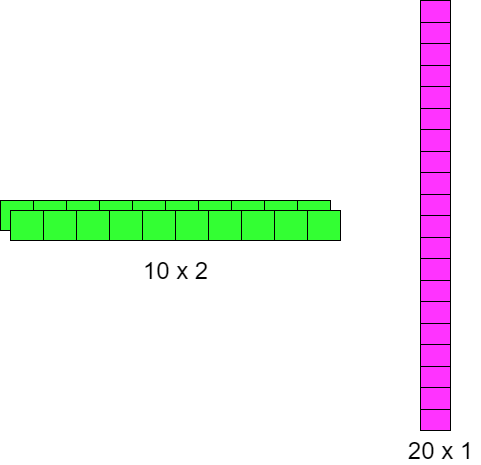
krupaanand312jc/EMG_Hand_Movements_NN keeps this draw.io diagram as FC_explain.png. Above is the earlier version. Source tidied: cells renumbered, new cells last; positions are measured from the earlier drawing's top-left corner, leaving out a move shared by most shapes. Its diagram source:
```xml
<mxGraphModel>
  <root>
    <mxCell id="0" />
    <mxCell id="1" parent="0" />
    <mxCell id="2" style="shape=table;startSize=0;fillColor=#33FF33;" parent="1" vertex="1">
      <mxGeometry y="200" width="330" height="30" as="geometry" />
    </mxCell>
    <mxCell id="3" style="shape=partialRectangle;fillColor=none;top=0;left=0;bottom=0;right=0;" parent="2" vertex="1">
      <mxGeometry width="330" height="30" as="geometry" />
    </mxCell>
    <mxCell id="4" style="shape=partialRectangle;html=1;whiteSpace=wrap;overflow=hidden;fillColor=none;top=0;left=0;bottom=0;right=0;" parent="3" vertex="1">
      <mxGeometry width="33" height="30" as="geometry" />
    </mxCell>
    <mxCell id="5" style="shape=partialRectangle;html=1;whiteSpace=wrap;overflow=hidden;fillColor=none;top=0;left=0;bottom=0;right=0;" parent="3" vertex="1">
      <mxGeometry x="33" width="33" height="30" as="geometry" />
    </mxCell>
    <mxCell id="6" style="shape=partialRectangle;html=1;whiteSpace=wrap;overflow=hidden;fillColor=none;top=0;left=0;bottom=0;right=0;" parent="3" vertex="1">
      <mxGeometry x="66" width="33" height="30" as="geometry" />
    </mxCell>
    <mxCell id="7" style="shape=partialRectangle;html=1;whiteSpace=wrap;overflow=hidden;fillColor=none;top=0;left=0;bottom=0;right=0;" parent="3" vertex="1">
      <mxGeometry x="99" width="33" height="30" as="geometry" />
    </mxCell>
    <mxCell id="8" style="shape=partialRectangle;html=1;whiteSpace=wrap;overflow=hidden;fillColor=none;top=0;left=0;bottom=0;right=0;" parent="3" vertex="1">
      <mxGeometry x="132" width="33" height="30" as="geometry" />
    </mxCell>
    <mxCell id="9" style="shape=partialRectangle;html=1;whiteSpace=wrap;overflow=hidden;fillColor=none;top=0;left=0;bottom=0;right=0;" parent="3" vertex="1">
      <mxGeometry x="165" width="33" height="30" as="geometry" />
    </mxCell>
    <mxCell id="10" style="shape=partialRectangle;html=1;whiteSpace=wrap;overflow=hidden;fillColor=none;top=0;left=0;bottom=0;right=0;" parent="3" vertex="1">
      <mxGeometry x="198" width="33" height="30" as="geometry" />
    </mxCell>
    <mxCell id="11" style="shape=partialRectangle;html=1;whiteSpace=wrap;overflow=hidden;fillColor=none;top=0;left=0;bottom=0;right=0;" parent="3" vertex="1">
      <mxGeometry x="231" width="33" height="30" as="geometry" />
    </mxCell>
    <mxCell id="12" style="shape=partialRectangle;html=1;whiteSpace=wrap;overflow=hidden;fillColor=none;top=0;left=0;bottom=0;right=0;" parent="3" vertex="1">
      <mxGeometry x="264" width="33" height="30" as="geometry" />
    </mxCell>
    <mxCell id="13" style="shape=partialRectangle;html=1;whiteSpace=wrap;overflow=hidden;fillColor=none;top=0;left=0;bottom=0;right=0;" parent="3" vertex="1">
      <mxGeometry x="297" width="33" height="30" as="geometry" />
    </mxCell>
    <mxCell id="14" style="shape=table;startSize=0;fillColor=#FF33FF;" parent="1" vertex="1">
      <mxGeometry x="420" width="30" height="430" as="geometry" />
    </mxCell>
    <mxCell id="15" style="shape=partialRectangle;fillColor=none;top=0;left=0;bottom=0;right=0;" parent="14" vertex="1">
      <mxGeometry width="30" height="22" as="geometry" />
    </mxCell>
    <mxCell id="16" style="shape=partialRectangle;html=1;whiteSpace=wrap;overflow=hidden;fillColor=none;top=0;left=0;bottom=0;right=0;" parent="15" vertex="1">
      <mxGeometry width="30" height="22" as="geometry" />
    </mxCell>
    <mxCell id="17" style="shape=partialRectangle;fillColor=none;top=0;left=0;bottom=0;right=0;" parent="14" vertex="1">
      <mxGeometry y="22" width="30" height="21" as="geometry" />
    </mxCell>
    <mxCell id="18" style="shape=partialRectangle;html=1;whiteSpace=wrap;overflow=hidden;fillColor=none;top=0;left=0;bottom=0;right=0;" parent="17" vertex="1">
      <mxGeometry width="30" height="21" as="geometry" />
    </mxCell>
    <mxCell id="19" style="shape=partialRectangle;fillColor=none;top=0;left=0;bottom=0;right=0;" parent="14" vertex="1">
      <mxGeometry y="43" width="30" height="22" as="geometry" />
    </mxCell>
    <mxCell id="20" style="shape=partialRectangle;html=1;whiteSpace=wrap;overflow=hidden;fillColor=none;top=0;left=0;bottom=0;right=0;" parent="19" vertex="1">
      <mxGeometry width="30" height="22" as="geometry" />
    </mxCell>
    <mxCell id="21" style="shape=partialRectangle;fillColor=none;top=0;left=0;bottom=0;right=0;" parent="14" vertex="1">
      <mxGeometry y="65" width="30" height="21" as="geometry" />
    </mxCell>
    <mxCell id="22" style="shape=partialRectangle;html=1;whiteSpace=wrap;overflow=hidden;fillColor=none;top=0;left=0;bottom=0;right=0;" parent="21" vertex="1">
      <mxGeometry width="30" height="21" as="geometry" />
    </mxCell>
    <mxCell id="23" style="shape=partialRectangle;fillColor=none;top=0;left=0;bottom=0;right=0;" parent="14" vertex="1">
      <mxGeometry y="86" width="30" height="22" as="geometry" />
    </mxCell>
    <mxCell id="24" style="shape=partialRectangle;html=1;whiteSpace=wrap;overflow=hidden;fillColor=none;top=0;left=0;bottom=0;right=0;" parent="23" vertex="1">
      <mxGeometry width="30" height="22" as="geometry" />
    </mxCell>
    <mxCell id="25" style="shape=partialRectangle;fillColor=none;top=0;left=0;bottom=0;right=0;" parent="14" vertex="1">
      <mxGeometry y="108" width="30" height="21" as="geometry" />
    </mxCell>
    <mxCell id="26" style="shape=partialRectangle;html=1;whiteSpace=wrap;overflow=hidden;fillColor=none;top=0;left=0;bottom=0;right=0;" parent="25" vertex="1">
      <mxGeometry width="30" height="21" as="geometry" />
    </mxCell>
    <mxCell id="27" style="shape=partialRectangle;fillColor=none;top=0;left=0;bottom=0;right=0;" parent="14" vertex="1">
      <mxGeometry y="129" width="30" height="22" as="geometry" />
    </mxCell>
    <mxCell id="28" style="shape=partialRectangle;html=1;whiteSpace=wrap;overflow=hidden;fillColor=none;top=0;left=0;bottom=0;right=0;" parent="27" vertex="1">
      <mxGeometry width="30" height="22" as="geometry" />
    </mxCell>
    <mxCell id="29" style="shape=partialRectangle;fillColor=none;top=0;left=0;bottom=0;right=0;" parent="14" vertex="1">
      <mxGeometry y="151" width="30" height="21" as="geometry" />
    </mxCell>
    <mxCell id="30" style="shape=partialRectangle;html=1;whiteSpace=wrap;overflow=hidden;fillColor=none;top=0;left=0;bottom=0;right=0;" parent="29" vertex="1">
      <mxGeometry width="30" height="21" as="geometry" />
    </mxCell>
    <mxCell id="31" style="shape=partialRectangle;fillColor=none;top=0;left=0;bottom=0;right=0;" parent="14" vertex="1">
      <mxGeometry y="172" width="30" height="22" as="geometry" />
    </mxCell>
    <mxCell id="32" style="shape=partialRectangle;html=1;whiteSpace=wrap;overflow=hidden;fillColor=none;top=0;left=0;bottom=0;right=0;" parent="31" vertex="1">
      <mxGeometry width="30" height="22" as="geometry" />
    </mxCell>
    <mxCell id="33" style="shape=partialRectangle;fillColor=none;top=0;left=0;bottom=0;right=0;" parent="14" vertex="1">
      <mxGeometry y="194" width="30" height="21" as="geometry" />
    </mxCell>
    <mxCell id="34" style="shape=partialRectangle;html=1;whiteSpace=wrap;overflow=hidden;fillColor=none;top=0;left=0;bottom=0;right=0;" parent="33" vertex="1">
      <mxGeometry width="30" height="21" as="geometry" />
    </mxCell>
    <mxCell id="35" style="shape=partialRectangle;fillColor=none;top=0;left=0;bottom=0;right=0;" parent="14" vertex="1">
      <mxGeometry y="215" width="30" height="22" as="geometry" />
    </mxCell>
    <mxCell id="36" style="shape=partialRectangle;html=1;whiteSpace=wrap;overflow=hidden;fillColor=none;top=0;left=0;bottom=0;right=0;" parent="35" vertex="1">
      <mxGeometry width="30" height="22" as="geometry" />
    </mxCell>
    <mxCell id="37" style="shape=partialRectangle;fillColor=none;top=0;left=0;bottom=0;right=0;" parent="14" vertex="1">
      <mxGeometry y="237" width="30" height="21" as="geometry" />
    </mxCell>
    <mxCell id="38" style="shape=partialRectangle;html=1;whiteSpace=wrap;overflow=hidden;fillColor=none;top=0;left=0;bottom=0;right=0;" parent="37" vertex="1">
      <mxGeometry width="30" height="21" as="geometry" />
    </mxCell>
    <mxCell id="39" style="shape=partialRectangle;fillColor=none;top=0;left=0;bottom=0;right=0;" parent="14" vertex="1">
      <mxGeometry y="258" width="30" height="22" as="geometry" />
    </mxCell>
    <mxCell id="40" style="shape=partialRectangle;html=1;whiteSpace=wrap;overflow=hidden;fillColor=none;top=0;left=0;bottom=0;right=0;" parent="39" vertex="1">
      <mxGeometry width="30" height="22" as="geometry" />
    </mxCell>
    <mxCell id="41" style="shape=partialRectangle;fillColor=none;top=0;left=0;bottom=0;right=0;" parent="14" vertex="1">
      <mxGeometry y="280" width="30" height="21" as="geometry" />
    </mxCell>
    <mxCell id="42" style="shape=partialRectangle;html=1;whiteSpace=wrap;overflow=hidden;fillColor=none;top=0;left=0;bottom=0;right=0;" parent="41" vertex="1">
      <mxGeometry width="30" height="21" as="geometry" />
    </mxCell>
    <mxCell id="43" style="shape=partialRectangle;fillColor=none;top=0;left=0;bottom=0;right=0;" parent="14" vertex="1">
      <mxGeometry y="301" width="30" height="22" as="geometry" />
    </mxCell>
    <mxCell id="44" style="shape=partialRectangle;html=1;whiteSpace=wrap;overflow=hidden;fillColor=none;top=0;left=0;bottom=0;right=0;" parent="43" vertex="1">
      <mxGeometry width="30" height="22" as="geometry" />
    </mxCell>
    <mxCell id="45" style="shape=partialRectangle;fillColor=none;top=0;left=0;bottom=0;right=0;" parent="14" vertex="1">
      <mxGeometry y="323" width="30" height="21" as="geometry" />
    </mxCell>
    <mxCell id="46" style="shape=partialRectangle;html=1;whiteSpace=wrap;overflow=hidden;fillColor=none;top=0;left=0;bottom=0;right=0;" parent="45" vertex="1">
      <mxGeometry width="30" height="21" as="geometry" />
    </mxCell>
    <mxCell id="47" style="shape=partialRectangle;fillColor=none;top=0;left=0;bottom=0;right=0;" parent="14" vertex="1">
      <mxGeometry y="344" width="30" height="22" as="geometry" />
    </mxCell>
    <mxCell id="48" style="shape=partialRectangle;html=1;whiteSpace=wrap;overflow=hidden;fillColor=none;top=0;left=0;bottom=0;right=0;" parent="47" vertex="1">
      <mxGeometry width="30" height="22" as="geometry" />
    </mxCell>
    <mxCell id="49" style="shape=partialRectangle;fillColor=none;top=0;left=0;bottom=0;right=0;" parent="14" vertex="1">
      <mxGeometry y="366" width="30" height="21" as="geometry" />
    </mxCell>
    <mxCell id="50" style="shape=partialRectangle;html=1;whiteSpace=wrap;overflow=hidden;fillColor=none;top=0;left=0;bottom=0;right=0;" parent="49" vertex="1">
      <mxGeometry width="30" height="21" as="geometry" />
    </mxCell>
    <mxCell id="51" style="shape=partialRectangle;fillColor=none;top=0;left=0;bottom=0;right=0;" parent="14" vertex="1">
      <mxGeometry y="387" width="30" height="22" as="geometry" />
    </mxCell>
    <mxCell id="52" style="shape=partialRectangle;html=1;whiteSpace=wrap;overflow=hidden;fillColor=none;top=0;left=0;bottom=0;right=0;" parent="51" vertex="1">
      <mxGeometry width="30" height="22" as="geometry" />
    </mxCell>
    <mxCell id="53" style="shape=partialRectangle;fillColor=none;top=0;left=0;bottom=0;right=0;" parent="14" vertex="1">
      <mxGeometry y="409" width="30" height="21" as="geometry" />
    </mxCell>
    <mxCell id="54" style="shape=partialRectangle;html=1;whiteSpace=wrap;overflow=hidden;fillColor=none;top=0;left=0;bottom=0;right=0;" parent="53" vertex="1">
      <mxGeometry width="30" height="21" as="geometry" />
    </mxCell>
    <mxCell id="55" style="shape=table;startSize=0;fillColor=#33FF33;" parent="1" vertex="1">
      <mxGeometry x="10" y="210" width="330" height="30" as="geometry" />
    </mxCell>
    <mxCell id="56" style="shape=partialRectangle;fillColor=none;top=0;left=0;bottom=0;right=0;" parent="55" vertex="1">
      <mxGeometry width="330" height="30" as="geometry" />
    </mxCell>
    <mxCell id="57" style="shape=partialRectangle;html=1;whiteSpace=wrap;overflow=hidden;fillColor=none;top=0;left=0;bottom=0;right=0;" parent="56" vertex="1">
      <mxGeometry width="33" height="30" as="geometry" />
    </mxCell>
    <mxCell id="58" style="shape=partialRectangle;html=1;whiteSpace=wrap;overflow=hidden;fillColor=none;top=0;left=0;bottom=0;right=0;" parent="56" vertex="1">
      <mxGeometry x="33" width="33" height="30" as="geometry" />
    </mxCell>
    <mxCell id="59" style="shape=partialRectangle;html=1;whiteSpace=wrap;overflow=hidden;fillColor=none;top=0;left=0;bottom=0;right=0;" parent="56" vertex="1">
      <mxGeometry x="66" width="33" height="30" as="geometry" />
    </mxCell>
    <mxCell id="60" style="shape=partialRectangle;html=1;whiteSpace=wrap;overflow=hidden;fillColor=none;top=0;left=0;bottom=0;right=0;" parent="56" vertex="1">
      <mxGeometry x="99" width="33" height="30" as="geometry" />
    </mxCell>
    <mxCell id="61" style="shape=partialRectangle;html=1;whiteSpace=wrap;overflow=hidden;fillColor=none;top=0;left=0;bottom=0;right=0;" parent="56" vertex="1">
      <mxGeometry x="132" width="33" height="30" as="geometry" />
    </mxCell>
    <mxCell id="62" style="shape=partialRectangle;html=1;whiteSpace=wrap;overflow=hidden;fillColor=none;top=0;left=0;bottom=0;right=0;" parent="56" vertex="1">
      <mxGeometry x="165" width="33" height="30" as="geometry" />
    </mxCell>
    <mxCell id="63" style="shape=partialRectangle;html=1;whiteSpace=wrap;overflow=hidden;fillColor=none;top=0;left=0;bottom=0;right=0;" parent="56" vertex="1">
      <mxGeometry x="198" width="33" height="30" as="geometry" />
    </mxCell>
    <mxCell id="64" style="shape=partialRectangle;html=1;whiteSpace=wrap;overflow=hidden;fillColor=none;top=0;left=0;bottom=0;right=0;" parent="56" vertex="1">
      <mxGeometry x="231" width="33" height="30" as="geometry" />
    </mxCell>
    <mxCell id="65" style="shape=partialRectangle;html=1;whiteSpace=wrap;overflow=hidden;fillColor=none;top=0;left=0;bottom=0;right=0;" parent="56" vertex="1">
      <mxGeometry x="264" width="33" height="30" as="geometry" />
    </mxCell>
    <mxCell id="66" style="shape=partialRectangle;html=1;whiteSpace=wrap;overflow=hidden;fillColor=none;top=0;left=0;bottom=0;right=0;" parent="56" vertex="1">
      <mxGeometry x="297" width="33" height="30" as="geometry" />
    </mxCell>
    <mxCell id="67" value="&lt;font style=&quot;font-size: 24px&quot;&gt;10 x 2&lt;/font&gt;" style="text;html=1;align=center;verticalAlign=middle;fillColor=none;strokeColor=none;rounded=0;" parent="1" vertex="1">
      <mxGeometry x="135" y="260" width="80" height="20" as="geometry" />
    </mxCell>
    <mxCell id="68" value="&lt;font style=&quot;font-size: 24px&quot;&gt;20 x 1&lt;/font&gt;" style="text;html=1;align=center;verticalAlign=middle;fillColor=none;strokeColor=none;rounded=0;" parent="1" vertex="1">
      <mxGeometry x="400" y="440" width="80" height="20" as="geometry" />
    </mxCell>
  </root>
</mxGraphModel>
```
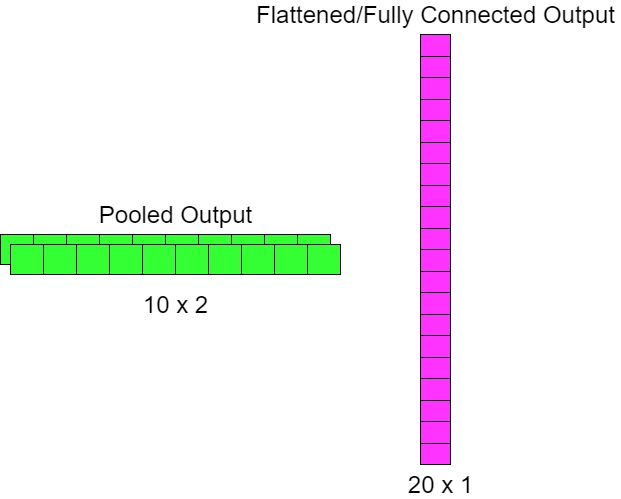
The same diagram one commit later.

What changed in the source:
```diff
@@ -203,5 +203,11 @@
     <mxCell id="68" value="&lt;font style=&quot;font-size: 24px&quot;&gt;20 x 1&lt;/font&gt;" style="text;html=1;align=center;verticalAlign=middle;fillColor=none;strokeColor=none;rounded=0;" parent="1" vertex="1">
       <mxGeometry x="400" y="440" width="80" height="20" as="geometry" />
     </mxCell>
+    <mxCell id="69" value="&lt;font style=&quot;font-size: 24px&quot;&gt;Pooled Output&lt;/font&gt;" style="text;html=1;align=center;verticalAlign=middle;fillColor=none;strokeColor=none;rounded=0;" parent="1" vertex="1">
+      <mxGeometry x="90" y="170" width="170" height="20" as="geometry" />
+    </mxCell>
+    <mxCell id="70" value="&lt;font style=&quot;font-size: 24px&quot;&gt;Flattened/Fully Connected Output&lt;/font&gt;" style="text;html=1;align=center;verticalAlign=middle;fillColor=none;strokeColor=none;rounded=0;" parent="1" vertex="1">
+      <mxGeometry x="250" y="-30" width="370" height="20" as="geometry" />
+    </mxCell>
   </root>
 </mxGraphModel>
```
